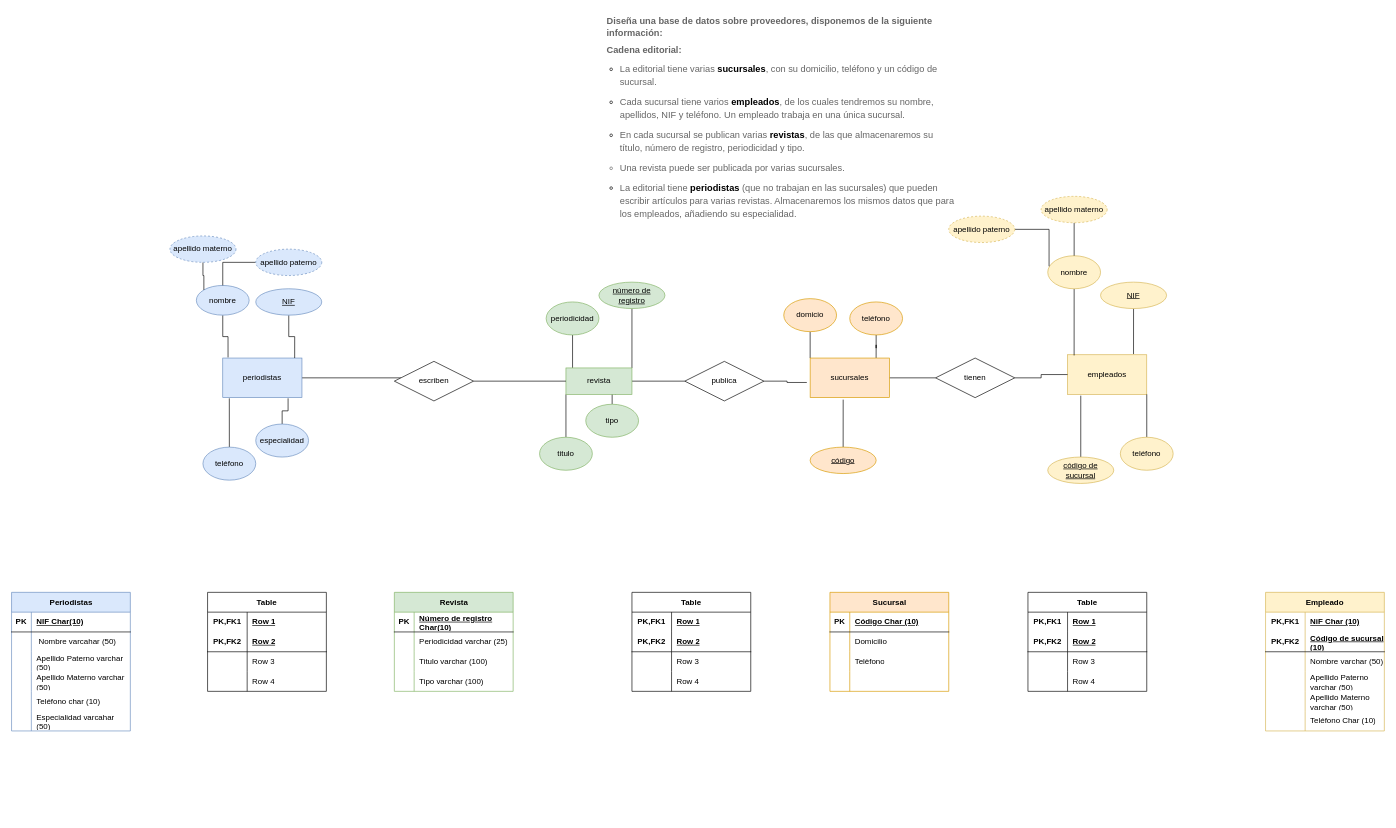
Earlier version of the draw.io diagram Diagrama sin título.drawio (SandraGael/prueba). Source tidied: cells renumbered, new cells numbered last; positions are measured from the earlier drawing's top-left corner, leaving out a move shared by most shapes. Both pictures are drawn from the tidied source at 66%, with x=0, y=0 at pixel (11, 11).
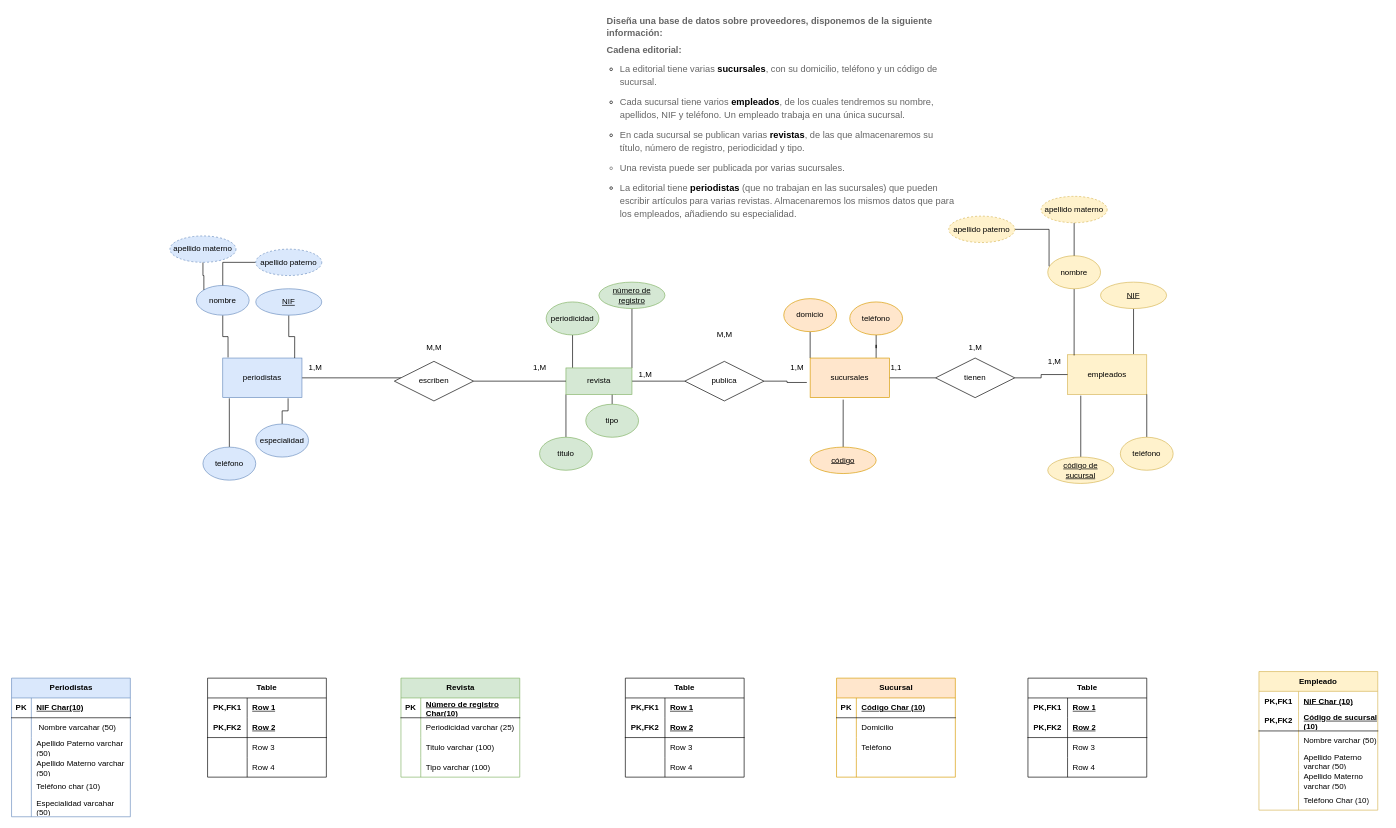
The same page after the edit.

The edit, as a diff of the source:
```diff
@@
     <mxCell id="54" value="Periodistas" style="shape=table;startSize=30;childLayout=tableLayout;rowLines=0;fontStyle=1;align=center;html=1;fillColor=#dae8fc;strokeColor=#6c8ebf;" parent="1" vertex="1">
-      <mxGeometry y="880" width="180" height="210" as="geometry" />
+      <mxGeometry y="1010" width="180" height="210" as="geometry" />
     </mxCell>
@@
     <mxCell id="73" value="Revista" style="shape=table;startSize=30;childLayout=tableLayout;rowLines=0;fontStyle=1;align=center;html=1;fillColor=#d5e8d4;strokeColor=#82b366;" parent="1" vertex="1">
-      <mxGeometry x="580" y="880" width="180" height="150" as="geometry" />
+      <mxGeometry x="590" y="1010" width="180" height="150" as="geometry" />
     </mxCell>
@@
     <mxCell id="86" value="Sucursal" style="shape=table;startSize=30;childLayout=tableLayout;rowLines=0;fontStyle=1;align=center;html=1;fillColor=#ffe6cc;strokeColor=#d79b00;" parent="1" vertex="1">
-      <mxGeometry x="1240" y="880" width="180" height="150" as="geometry" />
+      <mxGeometry x="1250" y="1010" width="180" height="150" as="geometry" />
     </mxCell>
@@
     <mxCell id="99" value="Empleado" style="shape=table;startSize=30;childLayout=tableLayout;rowLines=0;fontStyle=1;align=center;html=1;whiteSpace=wrap;fillColor=#fff2cc;strokeColor=#d6b656;" parent="1" vertex="1">
-      <mxGeometry x="1900" y="880" width="180" height="210" as="geometry" />
+      <mxGeometry x="1890" y="1000" width="180" height="210" as="geometry" />
     </mxCell>
@@
     <mxCell id="118" value="Table" style="shape=table;startSize=30;childLayout=tableLayout;rowLines=0;fontStyle=1;align=center;html=1;whiteSpace=wrap;" parent="1" vertex="1">
-      <mxGeometry x="1540" y="880" width="180" height="150" as="geometry" />
+      <mxGeometry x="1540" y="1010" width="180" height="150" as="geometry" />
     </mxCell>
@@
     <mxCell id="131" value="Table" style="shape=table;startSize=30;childLayout=tableLayout;rowLines=0;fontStyle=1;align=center;html=1;whiteSpace=wrap;" parent="1" vertex="1">
-      <mxGeometry x="940" y="880" width="180" height="150" as="geometry" />
+      <mxGeometry x="930" y="1010" width="180" height="150" as="geometry" />
     </mxCell>
@@
     <mxCell id="144" value="Table" style="shape=table;startSize=30;childLayout=tableLayout;rowLines=0;fontStyle=1;align=center;html=1;whiteSpace=wrap;" parent="1" vertex="1">
-      <mxGeometry x="297" y="880" width="180" height="150" as="geometry" />
+      <mxGeometry x="297" y="1010" width="180" height="150" as="geometry" />
     </mxCell>
@@
+    <mxCell id="157" value="1,M" style="text;html=1;align=center;verticalAlign=middle;strokeColor=none;fillColor=none;" parent="1" vertex="1">
+      <mxGeometry x="780" y="525" width="40" height="30" as="geometry" />
+    </mxCell>
+    <mxCell id="158" value="1,M" style="text;html=1;align=center;verticalAlign=middle;strokeColor=none;fillColor=none;" parent="1" vertex="1">
+      <mxGeometry x="1170" y="525" width="40" height="30" as="geometry" />
+    </mxCell>
+    <mxCell id="159" value="1,M" style="text;html=1;align=center;verticalAlign=middle;strokeColor=none;fillColor=none;" parent="1" vertex="1">
+      <mxGeometry x="1560" y="515" width="40" height="30" as="geometry" />
+    </mxCell>
+    <mxCell id="160" value="1,M" style="text;html=1;align=center;verticalAlign=middle;strokeColor=none;fillColor=none;" parent="1" vertex="1">
+      <mxGeometry x="940" y="535" width="40" height="30" as="geometry" />
+    </mxCell>
+    <mxCell id="161" value="1,1" style="text;html=1;align=center;verticalAlign=middle;strokeColor=none;fillColor=none;" parent="1" vertex="1">
+      <mxGeometry x="1320" y="525" width="40" height="30" as="geometry" />
+    </mxCell>
+    <mxCell id="162" value="1,M" style="text;html=1;align=center;verticalAlign=middle;strokeColor=none;fillColor=none;" parent="1" vertex="1">
+      <mxGeometry x="1440" y="495" width="40" height="30" as="geometry" />
+    </mxCell>
+    <mxCell id="163" value="M,M" style="text;html=1;align=center;verticalAlign=middle;strokeColor=none;fillColor=none;" parent="1" vertex="1">
+      <mxGeometry x="1055" y="475" width="50" height="30" as="geometry" />
+    </mxCell>
+    <mxCell id="164" value="1,M" style="text;html=1;align=center;verticalAlign=middle;strokeColor=none;fillColor=none;" parent="1" vertex="1">
+      <mxGeometry x="440" y="525" width="40" height="30" as="geometry" />
+    </mxCell>
+    <mxCell id="165" value="M,M" style="text;html=1;align=center;verticalAlign=middle;strokeColor=none;fillColor=none;" parent="1" vertex="1">
+      <mxGeometry x="615" y="495" width="50" height="30" as="geometry" />
+    </mxCell>
```
